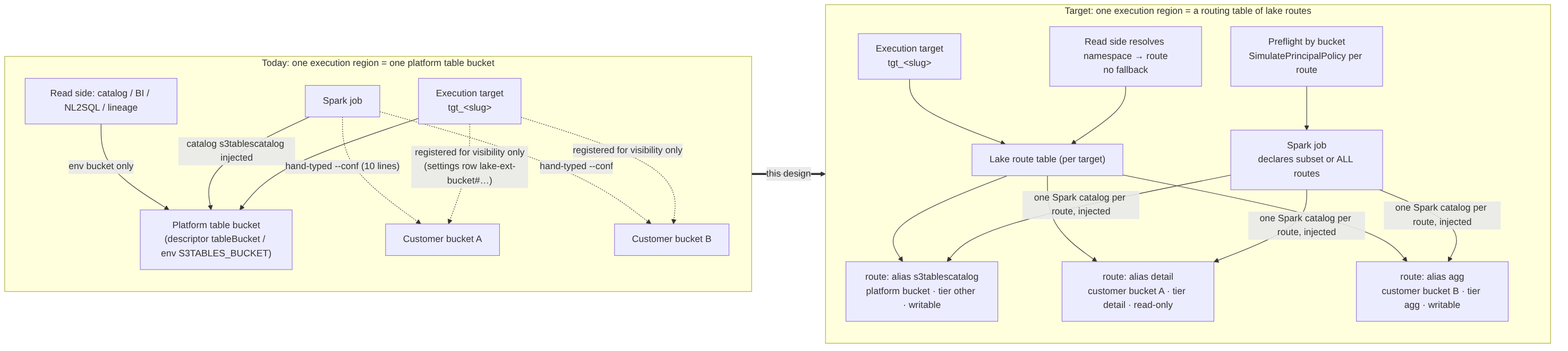
aws-samples/sample-kingfisher keeps this Mermaid diagram as docs/diagrams/lake-binding-current-vs-target.png. Above is the earlier version. Its source is kept beside it as docs/diagrams/src/lake-binding-current-vs-target.mmd. Its diagram source:
```mermaid
flowchart LR
  subgraph CUR["Today: one execution region = one platform table bucket"]
    direction TB
    T1["Execution target<br/>tgt_&lt;slug&gt;"] --> PB1["Platform table bucket<br/>(descriptor tableBucket / env S3TABLES_BUCKET)"]
    T1 -. "registered for visibility only<br/>(settings row lake-ext-bucket#…)" .-> XB1["Customer bucket A"]
    T1 -. "registered for visibility only" .-> XB2["Customer bucket B"]
    J1["Spark job"] -->|"catalog s3tablescatalog injected"| PB1
    J1 -. "hand-typed --conf (10 lines)" .-> XB1
    J1 -. "hand-typed --conf" .-> XB2
    R1["Read side: catalog / BI / NL2SQL / lineage"] -->|"env bucket only"| PB1
  end
  subgraph TGT["Target: one execution region = a routing table of lake routes"]
    direction TB
    T2["Execution target<br/>tgt_&lt;slug&gt;"] --> RT["Lake route table (per target)"]
    RT --> P2["route: alias s3tablescatalog<br/>platform bucket · tier other · writable"]
    RT --> D2["route: alias detail<br/>customer bucket A · tier detail · read-only"]
    RT --> A2["route: alias agg<br/>customer bucket B · tier agg · writable"]
    J2["Spark job<br/>declares subset or ALL routes"] -->|"one Spark catalog per route, injected"| P2 & D2 & A2
    PF["Preflight by bucket<br/>SimulatePrincipalPolicy per route"] --> J2
    R2["Read side resolves namespace → route<br/>no fallback"] --> RT
  end
  CUR ==>|"this design"| TGT
```
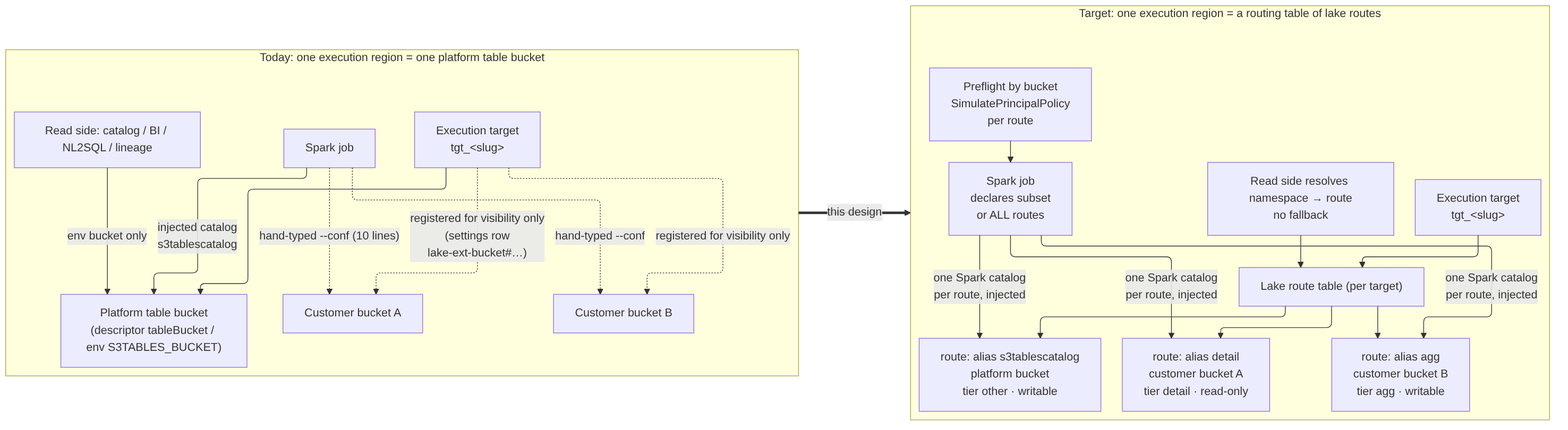
Later version of the same file.

What changed in the source:
```diff
@@ -1,10 +1,11 @@
+%%{init: {"layout": "elk"}}%%
 flowchart LR
   subgraph CUR["Today: one execution region = one platform table bucket"]
     direction TB
     T1["Execution target<br/>tgt_&lt;slug&gt;"] --> PB1["Platform table bucket<br/>(descriptor tableBucket / env S3TABLES_BUCKET)"]
-    T1 -. "registered for visibility only<br/>(settings row lake-ext-bucket#…)" .-> XB1["Customer bucket A"]
+    T1 -. "registered for visibility only<br/>(settings row<br/>lake-ext-bucket#…)" .-> XB1["Customer bucket A"]
     T1 -. "registered for visibility only" .-> XB2["Customer bucket B"]
-    J1["Spark job"] -->|"catalog s3tablescatalog injected"| PB1
+    J1["Spark job"] -->|"injected catalog<br/>s3tablescatalog"| PB1
     J1 -. "hand-typed --conf (10 lines)" .-> XB1
     J1 -. "hand-typed --conf" .-> XB2
     R1["Read side: catalog / BI / NL2SQL / lineage"] -->|"env bucket only"| PB1
@@ -12,11 +13,11 @@
   subgraph TGT["Target: one execution region = a routing table of lake routes"]
     direction TB
     T2["Execution target<br/>tgt_&lt;slug&gt;"] --> RT["Lake route table (per target)"]
-    RT --> P2["route: alias s3tablescatalog<br/>platform bucket · tier other · writable"]
-    RT --> D2["route: alias detail<br/>customer bucket A · tier detail · read-only"]
-    RT --> A2["route: alias agg<br/>customer bucket B · tier agg · writable"]
-    J2["Spark job<br/>declares subset or ALL routes"] -->|"one Spark catalog per route, injected"| P2 & D2 & A2
-    PF["Preflight by bucket<br/>SimulatePrincipalPolicy per route"] --> J2
+    RT --> D2["route: alias detail<br/>customer bucket A<br/>tier detail · read-only"]
+    RT --> A2["route: alias agg<br/>customer bucket B<br/>tier agg · writable"]
+    RT --> P2["route: alias s3tablescatalog<br/>platform bucket<br/>tier other · writable"]
+    J2["Spark job<br/>declares subset<br/>or ALL routes"] -->|"one Spark catalog<br/>per route, injected"| D2 & A2 & P2
+    PF["Preflight by bucket<br/>SimulatePrincipalPolicy<br/>per route"] --> J2
     R2["Read side resolves namespace → route<br/>no fallback"] --> RT
   end
   CUR ==>|"this design"| TGT
```
